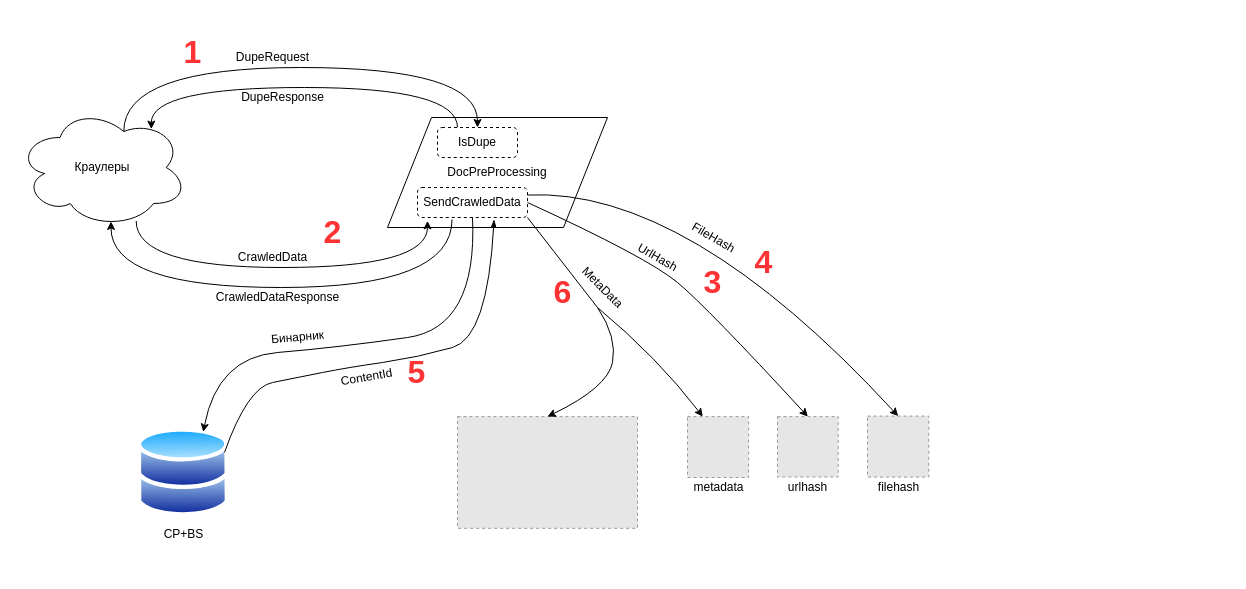
kaktusss123/0_git_basics keeps this draw.io diagram as Untitled Diagram.drawio. Above is the earlier version. Source tidied: cells renumbered, new cells numbered last; positions are measured from the earlier drawing's top-left corner, leaving out a move shared by most shapes. Both pictures are drawn from the tidied source at 100%, with x=0, y=0 at pixel (17, 27). Pictures stored in the file or linked from it are replaced by grey dashed boxes.
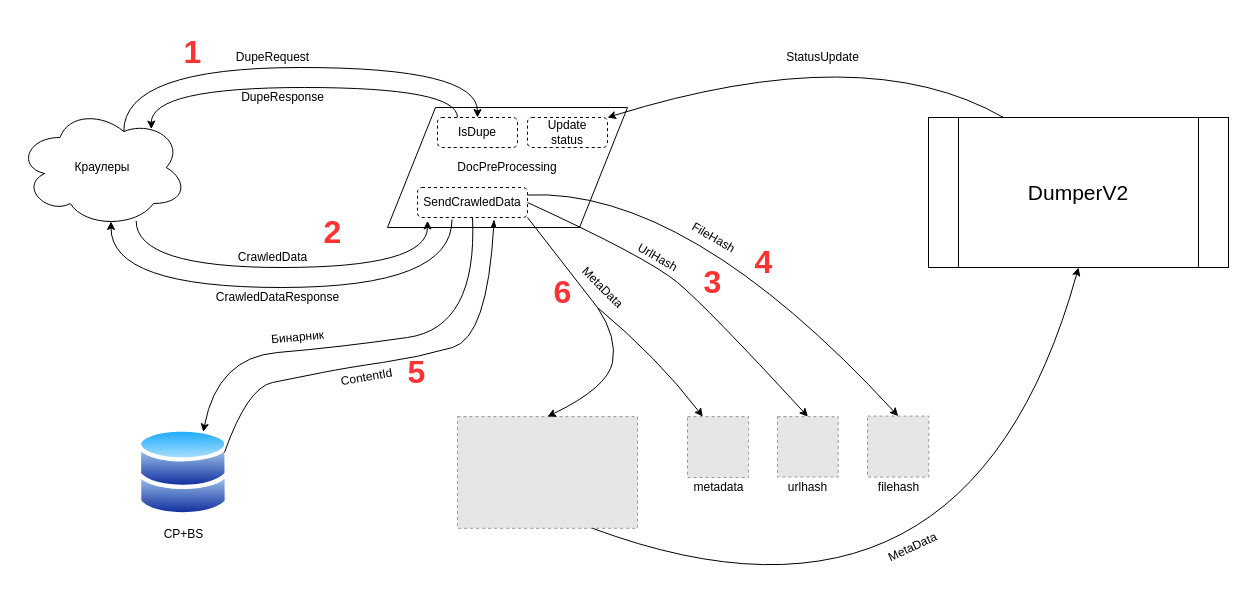
Above is the later version.

The change refers to these unchanged cells:
```xml
<mxCell id="15" style="fillColor=#E6E6E6;strokeColor=#999999;dashed=1;verticalLabelPosition=bottom;labelBackgroundColor=#ffffff;verticalAlign=top;" parent="1" vertex="1">
  <mxGeometry x="440" y="389.1" width="180" height="111.7" as="geometry" />
</mxCell>
```

Diff of the diagram source:
```diff
@@
     <mxCell id="3" value="DocPreProcessing" style="shape=parallelogram;perimeter=parallelogramPerimeter;whiteSpace=wrap;html=1;" parent="1" vertex="1">
-      <mxGeometry x="370" y="90" width="220" height="110" as="geometry" />
+      <mxGeometry x="370" y="80" width="240" height="120" as="geometry" />
     </mxCell>
@@
     <mxCell id="12" value="IsDupe" style="rounded=1;whiteSpace=wrap;html=1;dashed=1;" parent="1" vertex="1">
-      <mxGeometry x="420" y="100" width="80" height="30" as="geometry" />
+      <mxGeometry x="420" y="90" width="80" height="30" as="geometry" />
     </mxCell>
@@
+    <mxCell id="40" value="&lt;font style=&quot;font-size: 21px&quot;&gt;DumperV2&lt;/font&gt;" style="shape=process;whiteSpace=wrap;html=1;backgroundOutline=1;" parent="1" vertex="1">
+      <mxGeometry x="911" y="90" width="300" height="150" as="geometry" />
+    </mxCell>
+    <mxCell id="41" value="Update&lt;br&gt;status" style="rounded=1;whiteSpace=wrap;html=1;dashed=1;" parent="1" vertex="1">
+      <mxGeometry x="510" y="90" width="80" height="30" as="geometry" />
+    </mxCell>
+    <mxCell id="42" style="curved=1;endArrow=classic;html=1;exitX=0.75;exitY=1;exitDx=0;exitDy=0;entryX=0.5;entryY=1;entryDx=0;entryDy=0;" parent="1" edge="1" source="15" target="40">
+      <mxGeometry relative="1" as="geometry">
+        <Array as="points">
+          <mxPoint x="950" y="640" />
+        </Array>
+      </mxGeometry>
+    </mxCell>
+    <mxCell id="43" value="MetaData" style="text;html=1;align=center;verticalAlign=middle;rotation=-25;" parent="1" vertex="1">
+      <mxGeometry x="860" y="510" width="70" height="20" as="geometry" />
+    </mxCell>
+    <mxCell id="44" style="curved=1;endArrow=classic;html=1;exitX=0.25;exitY=0;exitDx=0;exitDy=0;entryX=1;entryY=0;entryDx=0;entryDy=0;" parent="1" edge="1" source="40" target="41">
+      <mxGeometry relative="1" as="geometry">
+        <Array as="points">
+          <mxPoint x="847" y="10" />
+        </Array>
+      </mxGeometry>
+    </mxCell>
+    <mxCell id="45" value="StatusUpdate" style="text;html=1;align=center;verticalAlign=middle;" parent="1" vertex="1">
+      <mxGeometry x="760" y="20" width="90" height="20" as="geometry" />
+    </mxCell>
```
